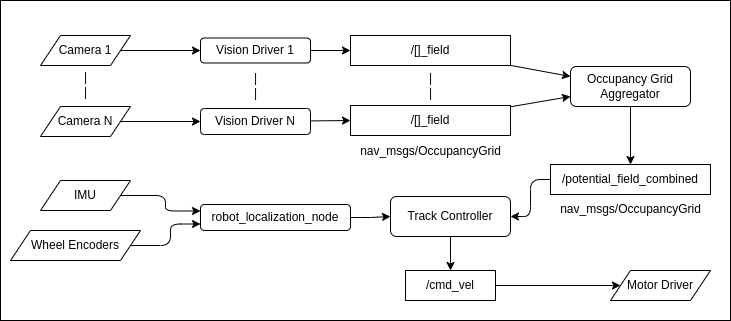
This is documentation/architecture.drawio.png from TTMead/redshell-ws, a draw.io export, as it was before one commit. Source tidied: cells renumbered, new cells last; positions are measured from the earlier drawing's top-left corner, leaving out a move shared by most shapes.
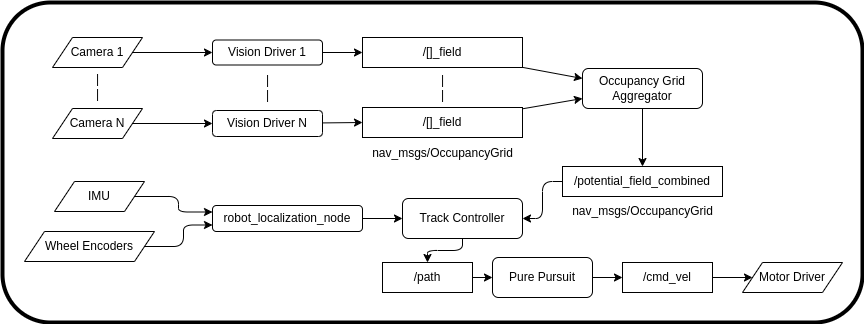
Later version of the same file.

Commit message:
Update architecture diagram

What changed in the source:
```diff
@@ -2,8 +2,8 @@
   <root>
     <mxCell id="0" />
     <mxCell id="1" parent="0" />
-    <mxCell id="2" style="rounded=0;whiteSpace=wrap;html=1;" parent="1" vertex="1">
-      <mxGeometry width="730" height="320" as="geometry" />
+    <mxCell id="2" style="rounded=1;whiteSpace=wrap;html=1;glass=0;shadow=0;strokeWidth=4;" parent="1" vertex="1">
+      <mxGeometry x="-10" width="860" height="320" as="geometry" />
     </mxCell>
     <mxCell id="3" style="edgeStyle=none;html=1;entryX=0;entryY=0.25;entryDx=0;entryDy=0;" parent="1" edge="1" source="4" target="19">
       <mxGeometry relative="1" as="geometry" />
@@ -72,21 +72,21 @@
       <mxGeometry relative="1" as="geometry" />
     </mxCell>
     <mxCell id="25" value="robot_localization_node" style="rounded=1;whiteSpace=wrap;html=1;" parent="1" vertex="1">
-      <mxGeometry x="200" y="204" width="150" height="26" as="geometry" />
+      <mxGeometry x="200" y="203" width="150" height="26" as="geometry" />
     </mxCell>
     <mxCell id="26" style="edgeStyle=orthogonalEdgeStyle;html=1;entryX=0;entryY=0.25;entryDx=0;entryDy=0;" parent="1" edge="1" source="27" target="25">
       <mxGeometry relative="1" as="geometry" />
     </mxCell>
     <mxCell id="27" value="IMU" style="shape=parallelogram;perimeter=parallelogramPerimeter;whiteSpace=wrap;html=1;fixedSize=1;" parent="1" vertex="1">
-      <mxGeometry x="40" y="180" width="90" height="30" as="geometry" />
+      <mxGeometry x="42" y="179" width="90" height="30" as="geometry" />
     </mxCell>
     <mxCell id="28" style="edgeStyle=orthogonalEdgeStyle;html=1;entryX=0;entryY=0.75;entryDx=0;entryDy=0;" parent="1" edge="1" source="29" target="25">
       <mxGeometry relative="1" as="geometry" />
     </mxCell>
     <mxCell id="29" value="Wheel Encoders" style="shape=parallelogram;perimeter=parallelogramPerimeter;whiteSpace=wrap;html=1;fixedSize=1;" parent="1" vertex="1">
-      <mxGeometry x="10" y="230" width="130" height="30" as="geometry" />
+      <mxGeometry x="12" y="229" width="130" height="30" as="geometry" />
     </mxCell>
-    <mxCell id="30" style="edgeStyle=orthogonalEdgeStyle;html=1;entryX=0.5;entryY=0;entryDx=0;entryDy=0;" parent="1" edge="1" source="31" target="33">
+    <mxCell id="30" style="edgeStyle=orthogonalEdgeStyle;html=1;entryX=0.5;entryY=0;entryDx=0;entryDy=0;" parent="1" edge="1" source="31" target="36">
       <mxGeometry relative="1" as="geometry" />
     </mxCell>
     <mxCell id="31" value="Track Controller" style="rounded=1;whiteSpace=wrap;html=1;" parent="1" vertex="1">
@@ -96,10 +96,22 @@
       <mxGeometry relative="1" as="geometry" />
     </mxCell>
     <mxCell id="33" value="/cmd_vel" style="rounded=0;whiteSpace=wrap;html=1;" parent="1" vertex="1">
-      <mxGeometry x="405" y="270" width="90" height="30" as="geometry" />
+      <mxGeometry x="610" y="260" width="90" height="30" as="geometry" />
     </mxCell>
     <mxCell id="34" value="Motor Driver" style="shape=parallelogram;perimeter=parallelogramPerimeter;whiteSpace=wrap;html=1;fixedSize=1;" parent="1" vertex="1">
-      <mxGeometry x="610" y="270" width="100" height="30" as="geometry" />
+      <mxGeometry x="730" y="260" width="100" height="30" as="geometry" />
     </mxCell>
+    <mxCell id="35" style="edgeStyle=none;html=1;exitX=1;exitY=0.5;exitDx=0;exitDy=0;entryX=0;entryY=0.5;entryDx=0;entryDy=0;" parent="1" edge="1" source="36" target="38">
+      <mxGeometry relative="1" as="geometry" />
+    </mxCell>
+    <mxCell id="36" value="/path" style="rounded=0;whiteSpace=wrap;html=1;" parent="1" vertex="1">
+      <mxGeometry x="370" y="260" width="90" height="30" as="geometry" />
+    </mxCell>
+    <mxCell id="37" style="edgeStyle=none;html=1;entryX=0;entryY=0.5;entryDx=0;entryDy=0;" parent="1" edge="1" source="38" target="33">
+      <mxGeometry relative="1" as="geometry" />
+    </mxCell>
+    <mxCell id="38" value="Pure Pursuit" style="rounded=1;whiteSpace=wrap;html=1;" parent="1" vertex="1">
+      <mxGeometry x="480" y="255" width="100" height="40" as="geometry" />
+    </mxCell>
   </root>
 </mxGraphModel>
```
